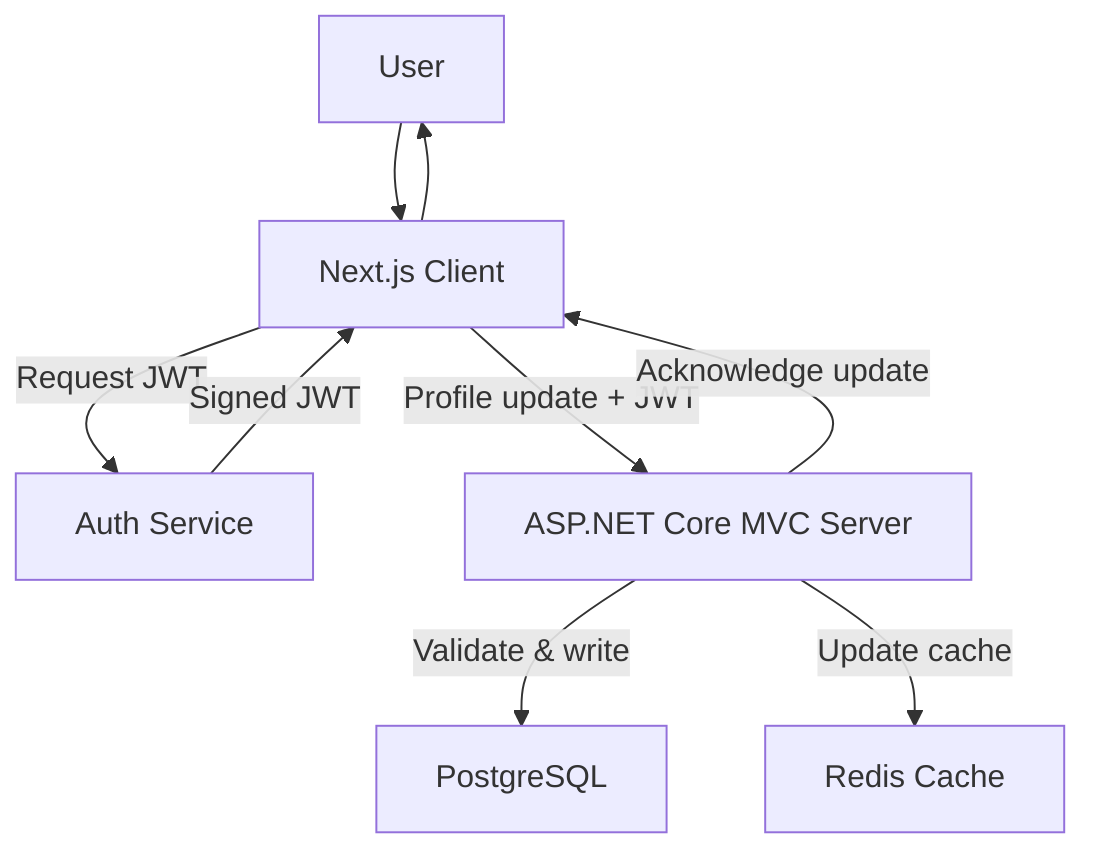
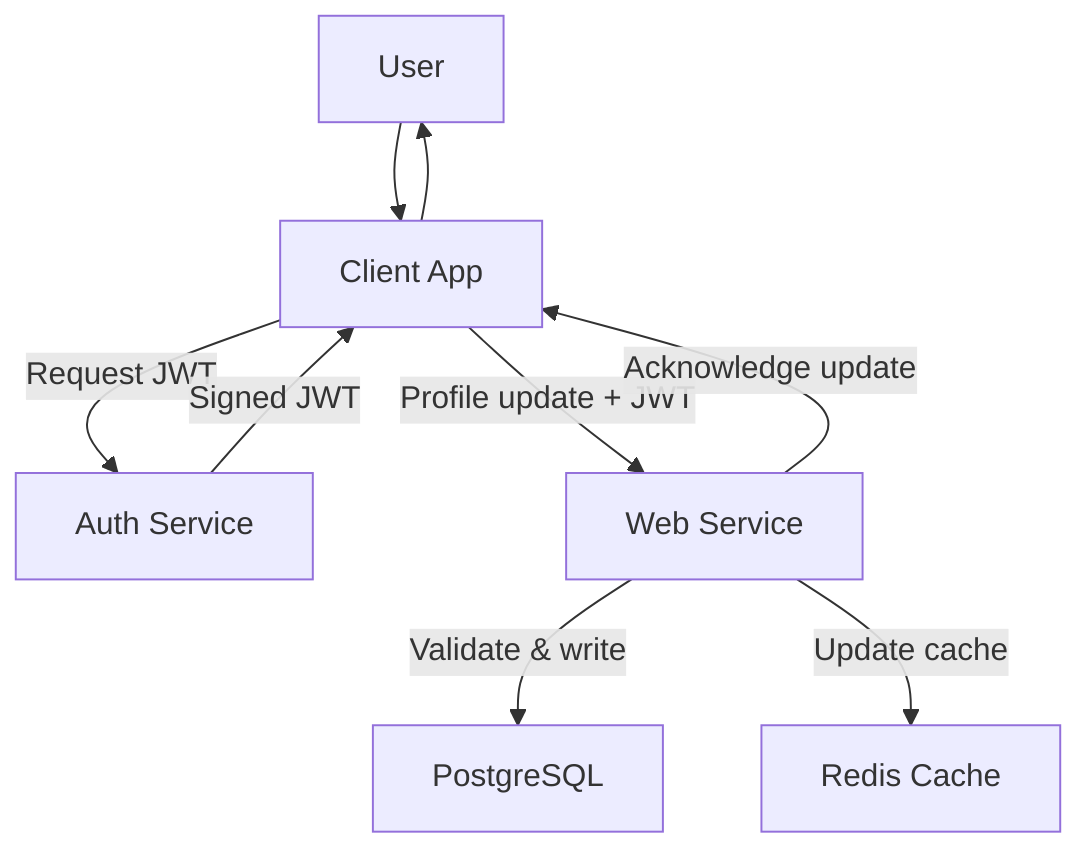
graph TD
-     User-->Client[Next.js Client]
+     User-->Client[Client App]
    Client-- Request JWT -->Auth[Auth Service]
    Auth-- Signed JWT -->Client
-     Client-- Profile update + JWT -->Api[ASP.NET Core MVC Server]
+     Client-- Profile update + JWT -->Api[Web Service]
    Api-- Validate & write -->Postgres[PostgreSQL]
    Api-- Update cache -->Redis[Redis Cache]
    Api-- Acknowledge update -->Client
    Client-->User
